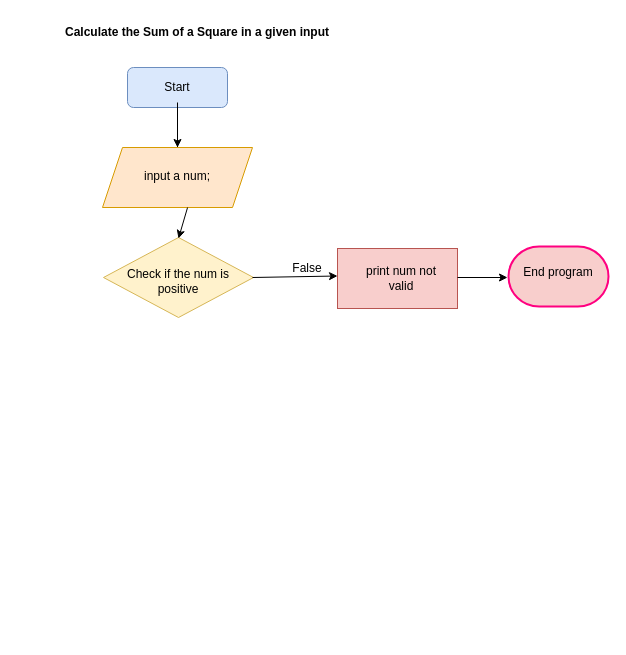
Before: Sum of square alx.drawio in redolfosei/flowCharts, a draw.io diagram. Source tidied: cells renumbered, new cells numbered last; positions are measured from the earlier drawing's top-left corner, leaving out a move shared by most shapes. Both pictures are drawn from the tidied source at 100%, with x=0, y=0 at pixel (17, 17).
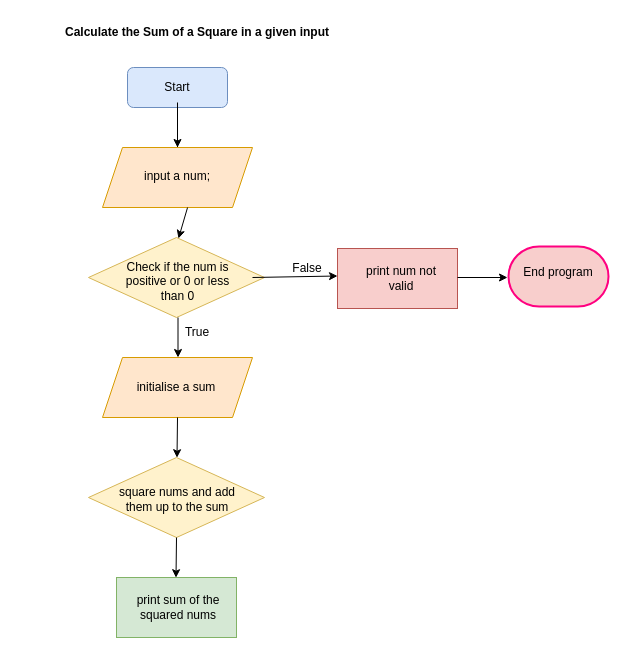
After the change.

Diff of the diagram source:
```diff
@@
     <mxCell id="9" style="rhombus;whiteSpace=wrap;html=1;fillColor=#fff2cc;strokeColor=#d6b656;" parent="1" vertex="1">
-      <mxGeometry x="86" y="220" width="150" height="80" as="geometry" />
+      <mxGeometry x="71" y="220" width="176" height="80" as="geometry" />
     </mxCell>
@@
-    <mxCell id="11" value="Check if the num is positive" style="text;html=1;strokeColor=none;fillColor=none;align=center;verticalAlign=middle;whiteSpace=wrap;rounded=0;" parent="1" vertex="1">
-      <mxGeometry x="101" y="249" width="120" height="30" as="geometry" />
+    <mxCell id="11" value="Check if the num is positive or 0 or less than 0" style="text;html=1;strokeColor=none;fillColor=none;align=center;verticalAlign=middle;whiteSpace=wrap;rounded=0;" parent="1" vertex="1">
+      <mxGeometry x="100" y="249" width="121" height="30" as="geometry" />
     </mxCell>
@@
+    <mxCell id="19" style="endArrow=classic;html=1;rounded=0;" parent="1" edge="1">
+      <mxGeometry relative="1" as="geometry">
+        <mxPoint x="160.5" y="300" as="sourcePoint" />
+        <mxPoint x="160.5" y="340" as="targetPoint" />
+      </mxGeometry>
+    </mxCell>
+    <mxCell id="20" value="True" style="text;html=1;strokeColor=none;fillColor=none;align=center;verticalAlign=middle;whiteSpace=wrap;rounded=0;" parent="1" vertex="1">
+      <mxGeometry x="150" y="300" width="60" height="30" as="geometry" />
+    </mxCell>
+    <mxCell id="21" style="shape=parallelogram;perimeter=parallelogramPerimeter;whiteSpace=wrap;html=1;fixedSize=1;fillColor=#ffe6cc;strokeColor=#d79b00;" parent="1" vertex="1">
+      <mxGeometry x="85" y="340" width="150" height="60" as="geometry" />
+    </mxCell>
+    <mxCell id="22" value="initialise a sum" style="text;html=1;strokeColor=none;fillColor=none;align=center;verticalAlign=middle;whiteSpace=wrap;rounded=0;" parent="1" vertex="1">
+      <mxGeometry x="109" y="355" width="100" height="30" as="geometry" />
+    </mxCell>
+    <mxCell id="23" style="rhombus;whiteSpace=wrap;html=1;fillColor=#fff2cc;strokeColor=#d6b656;" parent="1" vertex="1">
+      <mxGeometry x="71" y="440" width="176" height="80" as="geometry" />
+    </mxCell>
+    <mxCell id="24" style="endArrow=classic;html=1;rounded=0;exitX=0.5;exitY=1;exitDx=0;exitDy=0;" parent="1" edge="1" source="21" target="23">
+      <mxGeometry relative="1" as="geometry" />
+    </mxCell>
+    <mxCell id="25" value="square nums and add them up to the sum" style="text;html=1;strokeColor=none;fillColor=none;align=center;verticalAlign=middle;whiteSpace=wrap;rounded=0;" parent="1" vertex="1">
+      <mxGeometry x="100" y="467" width="120" height="30" as="geometry" />
+    </mxCell>
+    <mxCell id="26" style="endArrow=classic;html=1;rounded=0;exitX=0.5;exitY=1;exitDx=0;exitDy=0;" parent="1" edge="1">
+      <mxGeometry relative="1" as="geometry">
+        <mxPoint x="159" y="520" as="sourcePoint" />
+        <mxPoint x="158.5" y="560.2" as="targetPoint" />
+      </mxGeometry>
+    </mxCell>
+    <mxCell id="27" style="rounded=0;whiteSpace=wrap;html=1;fillColor=#d5e8d4;strokeColor=#82b366;" parent="1" vertex="1">
+      <mxGeometry x="99" y="560" width="120" height="60" as="geometry" />
+    </mxCell>
+    <mxCell id="28" value="print sum of the squared nums" style="text;html=1;strokeColor=none;fillColor=none;align=center;verticalAlign=middle;whiteSpace=wrap;rounded=0;" parent="1" vertex="1">
+      <mxGeometry x="110.5" y="575" width="100" height="30" as="geometry" />
+    </mxCell>
```
